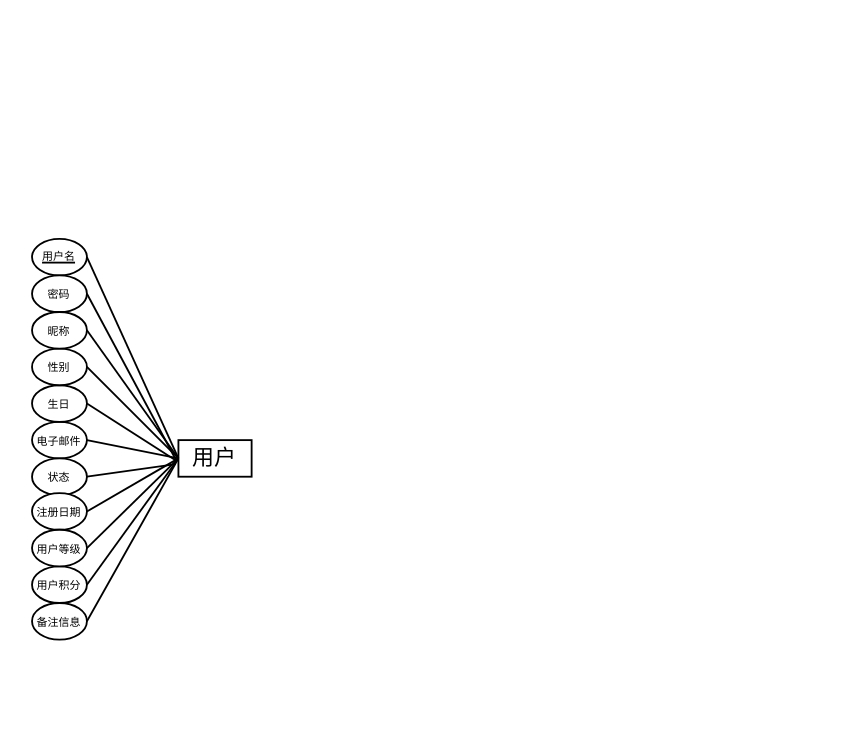
Above: 未命名绘图.drawio in lxpoet/uml (draw.io), before the change. Source tidied: cells renumbered, new cells numbered last; positions are measured from the earlier drawing's top-left corner, leaving out a move shared by most shapes. Both pictures are drawn from the tidied source at 183%, with x=0, y=0 at pixel (31, 238).
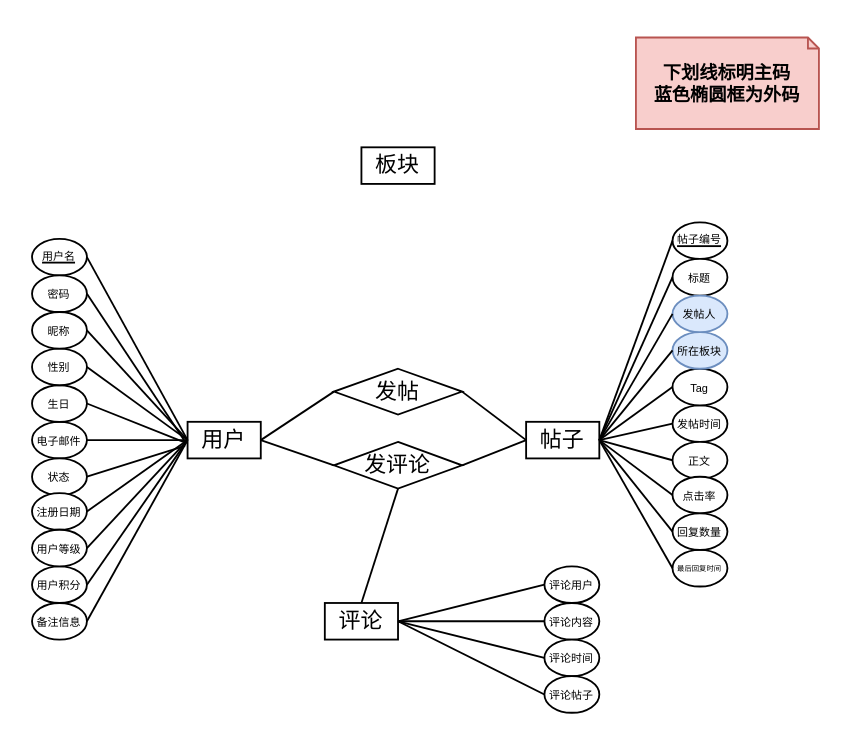
After the change.

Commit message:
更新未命名绘图.drawio

The edit, as a diff of the source:
```diff
@@
     <mxCell id="2" value="&lt;font style=&quot;font-size: 12px;&quot;&gt;用户&lt;/font&gt;" style="rounded=0;whiteSpace=wrap;html=1;" parent="1" vertex="1">
-      <mxGeometry x="80" y="110" width="40" height="20" as="geometry" />
+      <mxGeometry x="85" y="100" width="40" height="20" as="geometry" />
     </mxCell>
@@
+    <mxCell id="25" value="板块" style="rounded=0;whiteSpace=wrap;html=1;" parent="1" vertex="1">
+      <mxGeometry x="180" y="-50" width="40" height="20" as="geometry" />
+    </mxCell>
+    <mxCell id="26" value="发帖" style="rhombus;whiteSpace=wrap;html=1;" parent="1" vertex="1">
+      <mxGeometry x="165" y="71" width="70" height="25" as="geometry" />
+    </mxCell>
+    <mxCell id="27" value="发评论" style="rhombus;whiteSpace=wrap;html=1;" parent="1" vertex="1">
+      <mxGeometry x="165" y="111" width="70" height="25.5" as="geometry" />
+    </mxCell>
+    <mxCell id="28" value="帖子" style="rounded=0;whiteSpace=wrap;html=1;" parent="1" vertex="1">
+      <mxGeometry x="270" y="100" width="40" height="20" as="geometry" />
+    </mxCell>
+    <mxCell id="29" style="endArrow=none;html=1;rounded=0;fontSize=12;startSize=8;endSize=8;curved=1;exitX=1;exitY=0.5;exitDx=0;exitDy=0;entryX=0;entryY=0.5;entryDx=0;entryDy=0;" parent="1" edge="1" source="2" target="26">
+      <mxGeometry relative="1" as="geometry" />
+    </mxCell>
+    <mxCell id="30" style="endArrow=none;html=1;rounded=0;fontSize=12;startSize=8;endSize=8;curved=1;entryX=0;entryY=0.5;entryDx=0;entryDy=0;exitX=1;exitY=0.5;exitDx=0;exitDy=0;" parent="1" edge="1" source="26" target="28">
+      <mxGeometry relative="1" as="geometry" />
+    </mxCell>
+    <mxCell id="31" value="&lt;div style=&quot;text-align: justify;&quot;&gt;&lt;u style=&quot;font-size: 6px; background-color: initial;&quot;&gt;帖子编号&lt;/u&gt;&lt;/div&gt;" style="ellipse;whiteSpace=wrap;html=1;align=center;labelPosition=center;verticalLabelPosition=middle;verticalAlign=middle;spacingTop=0;spacingBottom=4;direction=west;" parent="1" vertex="1">
+      <mxGeometry x="350" y="-9" width="30" height="20" as="geometry" />
+    </mxCell>
+    <mxCell id="32" style="endArrow=none;html=1;rounded=0;exitX=1;exitY=0.5;exitDx=0;exitDy=0;entryX=1;entryY=0.5;entryDx=0;entryDy=0;" parent="1" edge="1" source="31" target="28">
+      <mxGeometry relative="1" as="geometry" />
+    </mxCell>
+    <mxCell id="33" value="&lt;span style=&quot;font-size: 6px;&quot;&gt;标题&lt;/span&gt;" style="ellipse;whiteSpace=wrap;html=1;spacingBottom=3;direction=west;" parent="1" vertex="1">
+      <mxGeometry x="350" y="11" width="30" height="20" as="geometry" />
+    </mxCell>
+    <mxCell id="34" style="endArrow=none;html=1;rounded=0;exitX=1;exitY=0.5;exitDx=0;exitDy=0;entryX=1;entryY=0.5;entryDx=0;entryDy=0;" parent="1" edge="1" source="33" target="28">
+      <mxGeometry relative="1" as="geometry" />
+    </mxCell>
+    <mxCell id="35" value="&lt;span style=&quot;font-size: 6px;&quot;&gt;发帖时间&lt;/span&gt;" style="ellipse;whiteSpace=wrap;html=1;spacingBottom=3;direction=west;" parent="1" vertex="1">
+      <mxGeometry x="350" y="91" width="30" height="20" as="geometry" />
+    </mxCell>
+    <mxCell id="36" style="endArrow=none;html=1;rounded=0;exitX=1;exitY=0.5;exitDx=0;exitDy=0;entryX=1;entryY=0.5;entryDx=0;entryDy=0;" parent="1" edge="1" source="35" target="28">
+      <mxGeometry relative="1" as="geometry" />
+    </mxCell>
+    <mxCell id="37" value="&lt;span style=&quot;font-size: 6px;&quot;&gt;正文&lt;/span&gt;" style="ellipse;whiteSpace=wrap;html=1;spacingBottom=3;direction=west;" parent="1" vertex="1">
+      <mxGeometry x="350" y="111" width="30" height="20" as="geometry" />
+    </mxCell>
+    <mxCell id="38" style="endArrow=none;html=1;rounded=0;exitX=1;exitY=0.5;exitDx=0;exitDy=0;entryX=1;entryY=0.5;entryDx=0;entryDy=0;" parent="1" edge="1" source="37" target="28">
+      <mxGeometry relative="1" as="geometry" />
+    </mxCell>
+    <mxCell id="39" value="&lt;span style=&quot;font-size: 6px;&quot;&gt;Tag&lt;/span&gt;" style="ellipse;whiteSpace=wrap;html=1;spacingBottom=3;direction=west;" parent="1" vertex="1">
+      <mxGeometry x="350" y="71" width="30" height="20" as="geometry" />
+    </mxCell>
+    <mxCell id="40" style="endArrow=none;html=1;rounded=0;exitX=1;exitY=0.5;exitDx=0;exitDy=0;entryX=1;entryY=0.5;entryDx=0;entryDy=0;" parent="1" edge="1" source="39" target="28">
+      <mxGeometry relative="1" as="geometry" />
+    </mxCell>
+    <mxCell id="41" value="&lt;span style=&quot;font-size: 6px;&quot;&gt;所在板块&lt;/span&gt;" style="ellipse;whiteSpace=wrap;html=1;spacingBottom=3;direction=west;fillColor=#dae8fc;strokeColor=#6c8ebf;" parent="1" vertex="1">
+      <mxGeometry x="350" y="51" width="30" height="20" as="geometry" />
+    </mxCell>
+    <mxCell id="42" style="endArrow=none;html=1;rounded=0;exitX=1;exitY=0.5;exitDx=0;exitDy=0;entryX=1;entryY=0.5;entryDx=0;entryDy=0;" parent="1" edge="1" source="41" target="28">
+      <mxGeometry relative="1" as="geometry" />
+    </mxCell>
+    <mxCell id="43" value="&lt;span style=&quot;font-size: 6px;&quot;&gt;发帖人&lt;/span&gt;" style="ellipse;whiteSpace=wrap;html=1;spacingBottom=3;direction=west;fillColor=#dae8fc;strokeColor=#6c8ebf;" parent="1" vertex="1">
+      <mxGeometry x="350" y="31" width="30" height="20" as="geometry" />
+    </mxCell>
+    <mxCell id="44" style="endArrow=none;html=1;rounded=0;exitX=1;exitY=0.5;exitDx=0;exitDy=0;entryX=1;entryY=0.5;entryDx=0;entryDy=0;" parent="1" edge="1" source="43" target="28">
+      <mxGeometry relative="1" as="geometry" />
+    </mxCell>
+    <mxCell id="45" value="&lt;span style=&quot;font-size: 6px;&quot;&gt;点击率&lt;/span&gt;" style="ellipse;whiteSpace=wrap;html=1;spacingBottom=3;direction=west;" parent="1" vertex="1">
+      <mxGeometry x="350" y="130" width="30" height="20" as="geometry" />
+    </mxCell>
+    <mxCell id="46" style="endArrow=none;html=1;rounded=0;exitX=1;exitY=0.5;exitDx=0;exitDy=0;entryX=1;entryY=0.5;entryDx=0;entryDy=0;" parent="1" edge="1" source="45" target="28">
+      <mxGeometry relative="1" as="geometry" />
+    </mxCell>
+    <mxCell id="47" value="&lt;p style=&quot;line-height: 30%; margin-top: 12px; margin-left: 1px; margin-right: 1px;&quot;&gt;&lt;font style=&quot;font-size: 4px;&quot;&gt;最后回复时间&lt;/font&gt;&lt;/p&gt;" style="ellipse;whiteSpace=wrap;html=1;spacingBottom=3;direction=west;" parent="1" vertex="1">
+      <mxGeometry x="350" y="170" width="30" height="20" as="geometry" />
+    </mxCell>
+    <mxCell id="48" style="endArrow=none;html=1;rounded=0;exitX=1;exitY=0.5;exitDx=0;exitDy=0;entryX=1;entryY=0.5;entryDx=0;entryDy=0;" parent="1" edge="1" source="47" target="28">
+      <mxGeometry relative="1" as="geometry" />
+    </mxCell>
+    <mxCell id="49" value="&lt;span style=&quot;font-size: 6px;&quot;&gt;回复数量&lt;/span&gt;" style="ellipse;whiteSpace=wrap;html=1;spacingBottom=3;direction=west;" parent="1" vertex="1">
+      <mxGeometry x="350" y="150" width="30" height="20" as="geometry" />
+    </mxCell>
+    <mxCell id="50" style="endArrow=none;html=1;rounded=0;exitX=1;exitY=0.5;exitDx=0;exitDy=0;entryX=1;entryY=0.5;entryDx=0;entryDy=0;" parent="1" edge="1" source="49" target="28">
+      <mxGeometry relative="1" as="geometry" />
+    </mxCell>
+    <mxCell id="51" style="endArrow=none;html=1;rounded=0;fontSize=12;startSize=8;endSize=8;curved=1;exitX=1;exitY=0.5;exitDx=0;exitDy=0;entryX=0;entryY=0.5;entryDx=0;entryDy=0;" parent="1" edge="1" source="2" target="27">
+      <mxGeometry relative="1" as="geometry" />
+    </mxCell>
+    <mxCell id="52" style="endArrow=none;html=1;rounded=0;fontSize=12;startSize=8;endSize=8;curved=1;exitX=1;exitY=0.5;exitDx=0;exitDy=0;entryX=0;entryY=0.5;entryDx=0;entryDy=0;" parent="1" edge="1" source="27" target="28">
+      <mxGeometry relative="1" as="geometry" />
+    </mxCell>
+    <mxCell id="53" value="&lt;h5&gt;下划线标明主码&lt;br&gt;蓝色椭圆框为外码&lt;/h5&gt;" style="shape=note;size=6;whiteSpace=wrap;html=1;fillColor=#f8cecc;strokeColor=#b85450;align=center;" parent="1" vertex="1">
+      <mxGeometry x="330" y="-110" width="100" height="50" as="geometry" />
+    </mxCell>
+    <mxCell id="54" style="endArrow=none;html=1;rounded=0;fontSize=12;startSize=8;endSize=8;curved=1;entryX=0.5;entryY=1;entryDx=0;entryDy=0;exitX=0.5;exitY=0;exitDx=0;exitDy=0;" parent="1" edge="1" source="55" target="27">
+      <mxGeometry relative="1" as="geometry" />
+    </mxCell>
+    <mxCell id="55" value="&lt;font style=&quot;font-size: 12px;&quot;&gt;评论&lt;/font&gt;" style="rounded=0;whiteSpace=wrap;html=1;" parent="1" vertex="1">
+      <mxGeometry x="160" y="199" width="40" height="20" as="geometry" />
+    </mxCell>
+    <mxCell id="56" style="endArrow=none;html=1;rounded=0;fontSize=12;startSize=8;endSize=8;curved=1;exitX=1;exitY=0.5;exitDx=0;exitDy=0;entryX=1;entryY=0.5;entryDx=0;entryDy=0;" parent="1" edge="1" source="55" target="57">
+      <mxGeometry relative="1" as="geometry" />
+    </mxCell>
+    <mxCell id="57" value="&lt;span style=&quot;font-size: 6px;&quot;&gt;评论内容&lt;/span&gt;" style="ellipse;whiteSpace=wrap;html=1;spacingBottom=3;direction=west;" parent="1" vertex="1">
+      <mxGeometry x="280" y="199" width="30" height="20" as="geometry" />
+    </mxCell>
+    <mxCell id="58" style="endArrow=none;html=1;rounded=0;fontSize=12;startSize=8;endSize=8;curved=1;exitX=1;exitY=0.5;exitDx=0;exitDy=0;entryX=1;entryY=0.5;entryDx=0;entryDy=0;" parent="1" edge="1" source="55" target="59">
+      <mxGeometry relative="1" as="geometry" />
+    </mxCell>
+    <mxCell id="59" value="&lt;span style=&quot;font-size: 6px;&quot;&gt;评论时间&lt;/span&gt;" style="ellipse;whiteSpace=wrap;html=1;spacingBottom=3;direction=west;" parent="1" vertex="1">
+      <mxGeometry x="280" y="219" width="30" height="20" as="geometry" />
+    </mxCell>
+    <mxCell id="60" style="endArrow=none;html=1;rounded=0;fontSize=12;startSize=8;endSize=8;curved=1;exitX=1;exitY=0.5;exitDx=0;exitDy=0;entryX=1;entryY=0.5;entryDx=0;entryDy=0;" parent="1" edge="1" source="55" target="61">
+      <mxGeometry relative="1" as="geometry" />
+    </mxCell>
+    <mxCell id="61" value="&lt;span style=&quot;font-size: 6px;&quot;&gt;评论用户&lt;/span&gt;" style="ellipse;whiteSpace=wrap;html=1;spacingBottom=3;direction=west;" parent="1" vertex="1">
+      <mxGeometry x="280" y="179" width="30" height="20" as="geometry" />
+    </mxCell>
+    <mxCell id="62" style="endArrow=none;html=1;rounded=0;fontSize=12;startSize=8;endSize=8;curved=1;exitX=1;exitY=0.5;exitDx=0;exitDy=0;entryX=1;entryY=0.5;entryDx=0;entryDy=0;" parent="1" edge="1" source="55" target="63">
+      <mxGeometry relative="1" as="geometry" />
+    </mxCell>
+    <mxCell id="63" value="&lt;span style=&quot;font-size: 6px;&quot;&gt;评论帖子&lt;/span&gt;" style="ellipse;whiteSpace=wrap;html=1;spacingBottom=3;direction=west;" parent="1" vertex="1">
+      <mxGeometry x="280" y="239" width="30" height="20" as="geometry" />
+    </mxCell>
```
